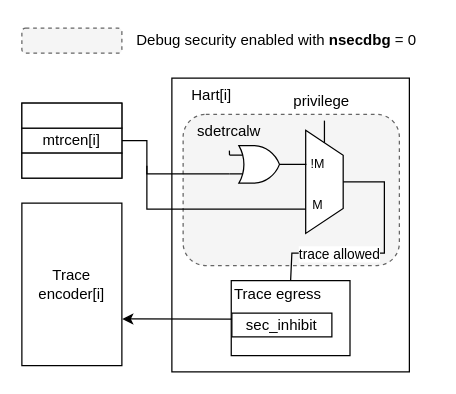
Before: page "trace" (2 of 3) of images/external_debug_protection.drawio in riscv-non-isa/riscv-external-debug-security, a draw.io diagram. Source tidied: cells renumbered, new cells numbered last; positions are measured from the earlier drawing's top-left corner, leaving out a move shared by most shapes. Both pictures are drawn from the tidied source at 125%, with x=0, y=0 at pixel (21, 21).
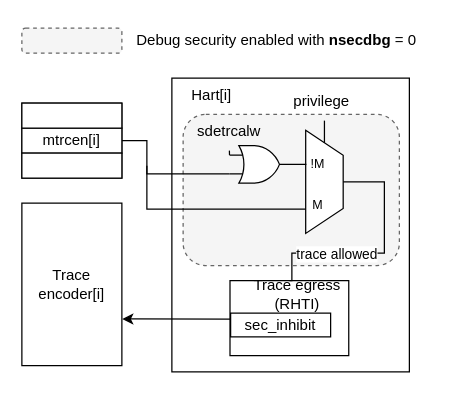
After the change.

Commit message (it also covers changes not shown here):
Update external_debug_protection.drawio and external_debug_trace files

- Refactor the external_debug_protection.drawio file to streamline the diagram structure and improve clarity.
- Add a new image file, external_debug_trace.drawio.png, to enhance visual representation of the debug trace.
- Remove unnecessary XML header and comments from external_debug_trace.svg for cleaner output.

These changes aim to improve the documentation and visual aids related to the external debug protection and trace functionalities.

Diff of the diagram source:
```diff
@@
     <mxCell id="19" style="group;" parent="1" vertex="1">
-      <mxGeometry x="130" y="226" width="107.5" height="49" as="geometry" />
+      <mxGeometry x="129" y="226" width="158" height="49" as="geometry" />
     </mxCell>
     <mxCell id="20" style="group;" parent="19" vertex="1">
-      <mxGeometry x="-2" y="-19" width="107.5" height="60" as="geometry" />
+      <mxGeometry x="-2" y="-19" width="160" height="60" as="geometry" />
     </mxCell>
@@
-    <mxCell id="23" value="Trace egress" style="text;html=1;align=center;verticalAlign=middle;whiteSpace=wrap;rounded=0;" parent="20" vertex="1">
-      <mxGeometry x="27" y="-4" width="100" height="30" as="geometry" />
+    <mxCell id="23" value="Trace egress &lt;br&gt;(RHTI)" style="text;html=1;align=center;verticalAlign=middle;whiteSpace=wrap;rounded=0;" parent="20" vertex="1">
+      <mxGeometry x="27" y="-4" width="133" height="30" as="geometry" />
     </mxCell>
```
